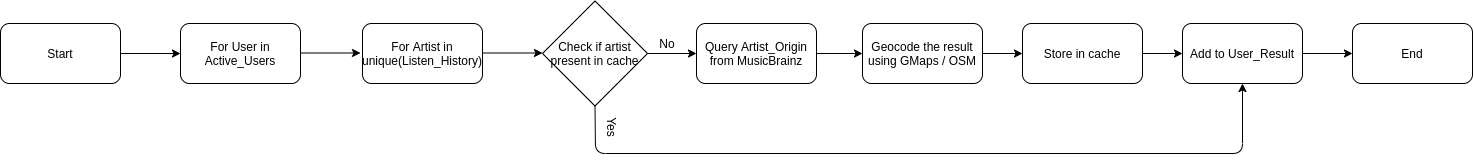
Before: Flow_Diagrams/Artist Origin.png, a diagram exported from draw.io (ishaanshah/GSoC-Proposal). Source tidied: cells renumbered, new cells last; positions are measured from the earlier drawing's top-left corner, leaving out a move shared by most shapes. Source of this version:
```xml
<mxGraphModel>
  <root>
    <mxCell id="0" />
    <mxCell id="1" parent="0" />
    <mxCell id="2" value="For User in Active_Users" style="rounded=1;whiteSpace=wrap;html=1;" parent="1" vertex="1">
      <mxGeometry x="180" y="22" width="120" height="60" as="geometry" />
    </mxCell>
    <mxCell id="3" value="Start" style="rounded=1;whiteSpace=wrap;html=1;" parent="1" vertex="1">
      <mxGeometry y="22" width="120" height="60" as="geometry" />
    </mxCell>
    <mxCell id="4" style="endArrow=classic;html=1;exitX=1;exitY=0.5;exitDx=0;exitDy=0;entryX=0;entryY=0.5;entryDx=0;entryDy=0;" parent="1" edge="1" source="3" target="2">
      <mxGeometry relative="1" as="geometry" />
    </mxCell>
    <mxCell id="5" value="For Artist in unique(Listen_History)" style="rounded=1;whiteSpace=wrap;html=1;" parent="1" vertex="1">
      <mxGeometry x="362" y="22" width="120" height="60" as="geometry" />
    </mxCell>
    <mxCell id="6" style="endArrow=classic;html=1;exitX=1;exitY=0.5;exitDx=0;exitDy=0;entryX=0;entryY=0.5;entryDx=0;entryDy=0;" parent="1" edge="1">
      <mxGeometry relative="1" as="geometry">
        <mxPoint x="300" y="51.5" as="sourcePoint" />
        <mxPoint x="360" y="51.5" as="targetPoint" />
      </mxGeometry>
    </mxCell>
    <mxCell id="7" style="endArrow=classic;html=1;exitX=1;exitY=0.5;exitDx=0;exitDy=0;entryX=0;entryY=0.5;entryDx=0;entryDy=0;" parent="1" edge="1">
      <mxGeometry relative="1" as="geometry">
        <mxPoint x="482" y="51.5" as="sourcePoint" />
        <mxPoint x="542" y="51.5" as="targetPoint" />
      </mxGeometry>
    </mxCell>
    <mxCell id="8" value="Check if artist present in cache" style="rhombus;whiteSpace=wrap;html=1;" parent="1" vertex="1">
      <mxGeometry x="542" y="-0.5" width="105" height="105" as="geometry" />
    </mxCell>
    <mxCell id="9" style="endArrow=classic;html=1;exitX=0.5;exitY=1;exitDx=0;exitDy=0;entryX=0.5;entryY=1;entryDx=0;entryDy=0;" parent="1" edge="1" source="8" target="10">
      <mxGeometry relative="1" as="geometry">
        <Array as="points">
          <mxPoint x="595" y="152" />
          <mxPoint x="1242" y="152" />
        </Array>
      </mxGeometry>
    </mxCell>
    <mxCell id="10" value="Add to User_Result" style="rounded=1;whiteSpace=wrap;html=1;" parent="1" vertex="1">
      <mxGeometry x="1182" y="22" width="120" height="60" as="geometry" />
    </mxCell>
    <mxCell id="11" value="Yes" style="text;html=1;strokeColor=none;fillColor=none;align=center;verticalAlign=middle;whiteSpace=wrap;rounded=0;rotation=90;" parent="1" vertex="1">
      <mxGeometry x="592" y="116" width="40" height="20" as="geometry" />
    </mxCell>
    <mxCell id="12" style="endArrow=classic;html=1;exitX=1;exitY=0.5;exitDx=0;exitDy=0;entryX=0;entryY=0.5;entryDx=0;entryDy=0;" parent="1" edge="1" source="8" target="13">
      <mxGeometry relative="1" as="geometry" />
    </mxCell>
    <mxCell id="13" value="Query Artist_Origin from MusicBrainz" style="rounded=1;whiteSpace=wrap;html=1;" parent="1" vertex="1">
      <mxGeometry x="696" y="22" width="120" height="60" as="geometry" />
    </mxCell>
    <mxCell id="14" value="Geocode the result using GMaps / OSM" style="rounded=1;whiteSpace=wrap;html=1;" parent="1" vertex="1">
      <mxGeometry x="862" y="22" width="120" height="60" as="geometry" />
    </mxCell>
    <mxCell id="15" value="Store in cache" style="rounded=1;whiteSpace=wrap;html=1;" parent="1" vertex="1">
      <mxGeometry x="1022" y="22" width="120" height="60" as="geometry" />
    </mxCell>
    <mxCell id="16" value="No" style="text;html=1;strokeColor=none;fillColor=none;align=center;verticalAlign=middle;whiteSpace=wrap;rounded=0;rotation=0;" parent="1" vertex="1">
      <mxGeometry x="647" y="32" width="40" height="20" as="geometry" />
    </mxCell>
    <mxCell id="17" style="edgeStyle=orthogonalEdgeStyle;rounded=0;jettySize=auto;html=1;exitX=1;exitY=0.5;exitDx=0;exitDy=0;entryX=0;entryY=0.5;entryDx=0;entryDy=0;" parent="1" edge="1" source="13" target="14">
      <mxGeometry relative="1" as="geometry" />
    </mxCell>
    <mxCell id="18" style="endArrow=classic;html=1;exitX=1;exitY=0.5;exitDx=0;exitDy=0;entryX=0;entryY=0.5;entryDx=0;entryDy=0;" parent="1" edge="1" source="14" target="15">
      <mxGeometry relative="1" as="geometry" />
    </mxCell>
    <mxCell id="19" style="endArrow=classic;html=1;exitX=1;exitY=0.5;exitDx=0;exitDy=0;entryX=0;entryY=0.5;entryDx=0;entryDy=0;" parent="1" edge="1" source="15" target="10">
      <mxGeometry relative="1" as="geometry" />
    </mxCell>
    <mxCell id="20" value="End" style="rounded=1;whiteSpace=wrap;html=1;" parent="1" vertex="1">
      <mxGeometry x="1352" y="22" width="120" height="60" as="geometry" />
    </mxCell>
    <mxCell id="21" style="endArrow=classic;html=1;exitX=1;exitY=0.5;exitDx=0;exitDy=0;entryX=0;entryY=0.5;entryDx=0;entryDy=0;" parent="1" edge="1" source="10" target="20">
      <mxGeometry relative="1" as="geometry" />
    </mxCell>
  </root>
</mxGraphModel>
```
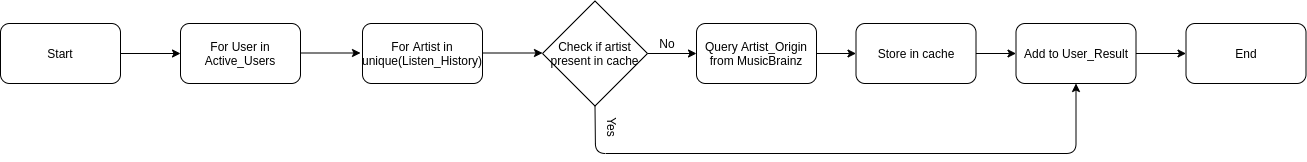
The same diagram one commit later.

Commit message:
Update "Artist Origin" flow

The edit, as a diff of the source:
```diff
@@ -33,12 +33,12 @@
       <mxGeometry relative="1" as="geometry">
         <Array as="points">
           <mxPoint x="595" y="152" />
-          <mxPoint x="1242" y="152" />
+          <mxPoint x="1075.5" y="152" />
         </Array>
       </mxGeometry>
     </mxCell>
     <mxCell id="10" value="Add to User_Result" style="rounded=1;whiteSpace=wrap;html=1;" parent="1" vertex="1">
-      <mxGeometry x="1182" y="22" width="120" height="60" as="geometry" />
+      <mxGeometry x="1015.5" y="22" width="120" height="60" as="geometry" />
     </mxCell>
     <mxCell id="11" value="Yes" style="text;html=1;strokeColor=none;fillColor=none;align=center;verticalAlign=middle;whiteSpace=wrap;rounded=0;rotation=90;" parent="1" vertex="1">
       <mxGeometry x="592" y="116" width="40" height="20" as="geometry" />
@@ -49,26 +49,22 @@
     <mxCell id="13" value="Query Artist_Origin from MusicBrainz" style="rounded=1;whiteSpace=wrap;html=1;" parent="1" vertex="1">
       <mxGeometry x="696" y="22" width="120" height="60" as="geometry" />
     </mxCell>
-    <mxCell id="14" value="Geocode the result using GMaps / OSM" style="rounded=1;whiteSpace=wrap;html=1;" parent="1" vertex="1">
-      <mxGeometry x="862" y="22" width="120" height="60" as="geometry" />
-    </mxCell>
     <mxCell id="15" value="Store in cache" style="rounded=1;whiteSpace=wrap;html=1;" parent="1" vertex="1">
-      <mxGeometry x="1022" y="22" width="120" height="60" as="geometry" />
+      <mxGeometry x="855.5" y="22" width="120" height="60" as="geometry" />
     </mxCell>
     <mxCell id="16" value="No" style="text;html=1;strokeColor=none;fillColor=none;align=center;verticalAlign=middle;whiteSpace=wrap;rounded=0;rotation=0;" parent="1" vertex="1">
       <mxGeometry x="647" y="32" width="40" height="20" as="geometry" />
     </mxCell>
-    <mxCell id="17" style="edgeStyle=orthogonalEdgeStyle;rounded=0;jettySize=auto;html=1;exitX=1;exitY=0.5;exitDx=0;exitDy=0;entryX=0;entryY=0.5;entryDx=0;entryDy=0;" parent="1" edge="1" source="13" target="14">
-      <mxGeometry relative="1" as="geometry" />
-    </mxCell>
-    <mxCell id="18" style="endArrow=classic;html=1;exitX=1;exitY=0.5;exitDx=0;exitDy=0;entryX=0;entryY=0.5;entryDx=0;entryDy=0;" parent="1" edge="1" source="14" target="15">
-      <mxGeometry relative="1" as="geometry" />
+    <mxCell id="18" style="endArrow=classic;html=1;exitX=1;exitY=0.5;exitDx=0;exitDy=0;entryX=0;entryY=0.5;entryDx=0;entryDy=0;" parent="1" edge="1" target="15">
+      <mxGeometry relative="1" as="geometry">
+        <mxPoint x="815.5" y="52" as="sourcePoint" />
+      </mxGeometry>
     </mxCell>
     <mxCell id="19" style="endArrow=classic;html=1;exitX=1;exitY=0.5;exitDx=0;exitDy=0;entryX=0;entryY=0.5;entryDx=0;entryDy=0;" parent="1" edge="1" source="15" target="10">
       <mxGeometry relative="1" as="geometry" />
     </mxCell>
     <mxCell id="20" value="End" style="rounded=1;whiteSpace=wrap;html=1;" parent="1" vertex="1">
-      <mxGeometry x="1352" y="22" width="120" height="60" as="geometry" />
+      <mxGeometry x="1185.5" y="22" width="120" height="60" as="geometry" />
     </mxCell>
     <mxCell id="21" style="endArrow=classic;html=1;exitX=1;exitY=0.5;exitDx=0;exitDy=0;entryX=0;entryY=0.5;entryDx=0;entryDy=0;" parent="1" edge="1" source="10" target="20">
       <mxGeometry relative="1" as="geometry" />
```
